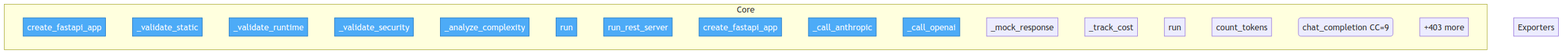
Above: project/flow.png in semcod/algitex (Mermaid), before the change. Its source is kept beside it as project/flow.mmd.
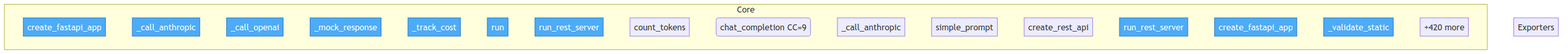
The same file after the commit.

Diff of the diagram source:
```diff
@@ -3,25 +3,25 @@
     classDef entry fill:#4dabf7,stroke:#1971c2,color:#fff
 
     subgraph Core
-        docker__vallm__vallm_server__VallmServer__create_fastapi_app["create_fastapi_app"]
-        docker__vallm__vallm_server__VallmServer___validate_static["_validate_static"]
-        docker__vallm__vallm_server__VallmServer___validate_runtime["_validate_runtime"]
-        docker__vallm__vallm_server__VallmServer___validate_security["_validate_security"]
-        docker__vallm__vallm_server__VallmServer___analyze_complexity["_analyze_complexity"]
-        docker__vallm__vallm_server__VallmServer__run["run"]
-        docker__vallm__vallm_mcp_server__run_rest_server["run_rest_server"]
         docker__proxym__proxym_server__ProxymServer__create_fastapi_app["create_fastapi_app"]
         docker__proxym__proxym_server__ProxymServer___call_anthropic["_call_anthropic"]
         docker__proxym__proxym_server__ProxymServer___call_openai["_call_openai"]
         docker__proxym__proxym_server__ProxymServer___mock_response["_mock_response"]
         docker__proxym__proxym_server__ProxymServer___track_cost["_track_cost"]
         docker__proxym__proxym_server__ProxymServer__run["run"]
+        docker__vallm__vallm_mcp_server__run_rest_server["run_rest_server"]
         docker__proxym__proxym_mcp_server__count_tokens["count_tokens"]
         docker__proxym__proxym_mcp_server__chat_completion("chat_completion CC=9")
-        ...["+403 more"]
+        docker__proxym__proxym_mcp_server___call_anthropic["_call_anthropic"]
+        docker__proxym__proxym_mcp_server__simple_prompt["simple_prompt"]
+        docker__proxym__proxym_mcp_server__create_rest_api["create_rest_api"]
+        docker__proxym__proxym_mcp_server__run_rest_server["run_rest_server"]
+        docker__vallm__vallm_server__VallmServer__create_fastapi_app["create_fastapi_app"]
+        docker__vallm__vallm_server__VallmServer___validate_static["_validate_static"]
+        ...["+420 more"]
     end
 
     subgraph Exporters
     end
 
-    class docker__vallm__vallm_server__VallmServer__create_fastapi_app,docker__vallm__vallm_server__VallmServer___validate_static,docker__vallm__vallm_server__VallmServer___validate_runtime,docker__vallm__vallm_server__VallmServer___validate_security,docker__vallm__vallm_server__VallmServer___analyze_complexity,docker__vallm__vallm_server__VallmServer__run,docker__vallm__vallm_mcp_server__run_rest_server,docker__proxym__proxym_server__ProxymServer__create_fastapi_app,docker__proxym__proxym_server__ProxymServer___call_anthropic,docker__proxym__proxym_server__ProxymServer___call_openai entry
+    class docker__proxym__proxym_server__ProxymServer__create_fastapi_app,docker__proxym__proxym_server__ProxymServer___call_anthropic,docker__proxym__proxym_server__ProxymServer___call_openai,docker__proxym__proxym_server__ProxymServer___mock_response,docker__proxym__proxym_server__ProxymServer___track_cost,docker__proxym__proxym_server__ProxymServer__run,docker__vallm__vallm_mcp_server__run_rest_server,docker__proxym__proxym_mcp_server__run_rest_server,docker__vallm__vallm_server__VallmServer__create_fastapi_app,docker__vallm__vallm_server__VallmServer___validate_static entry
```
